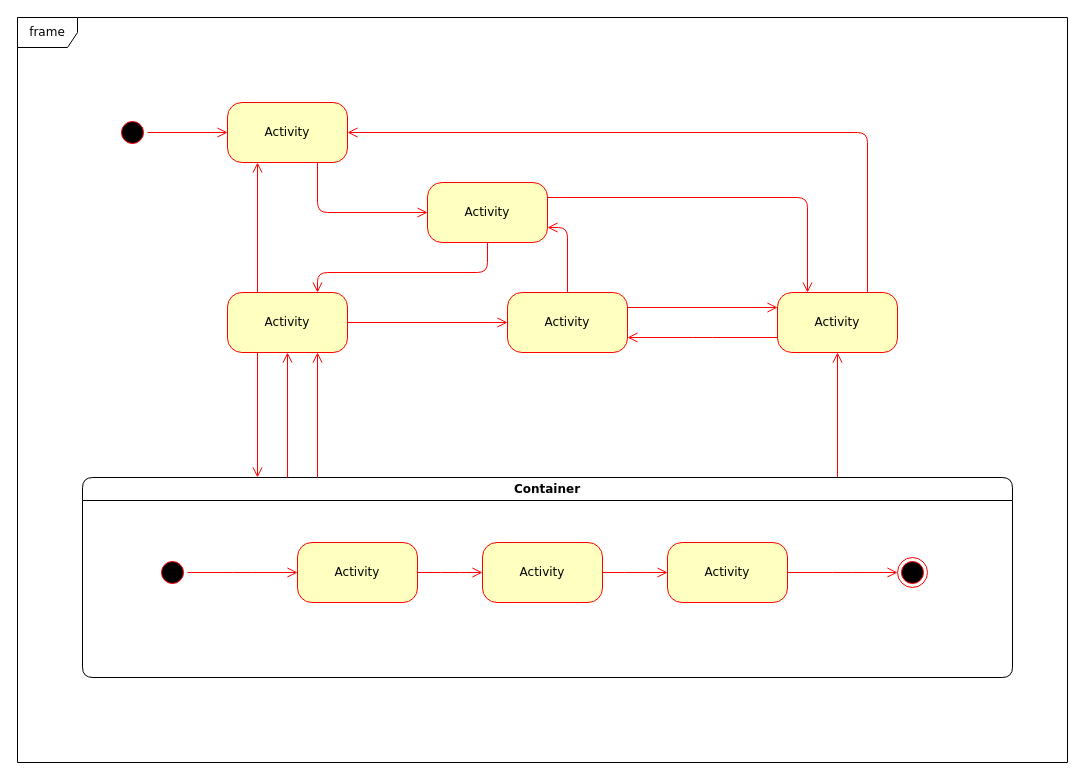
This is SE430 - Final - Q5 - State Diagram.drawio from jsolis1992/main, a draw.io file, before an edit. Source tidied: cells renumbered, new cells numbered last; positions are measured from the earlier drawing's top-left corner, leaving out a move shared by most shapes. Both pictures are drawn from the tidied source at 100%, with x=0, y=0 at pixel (17, 17).
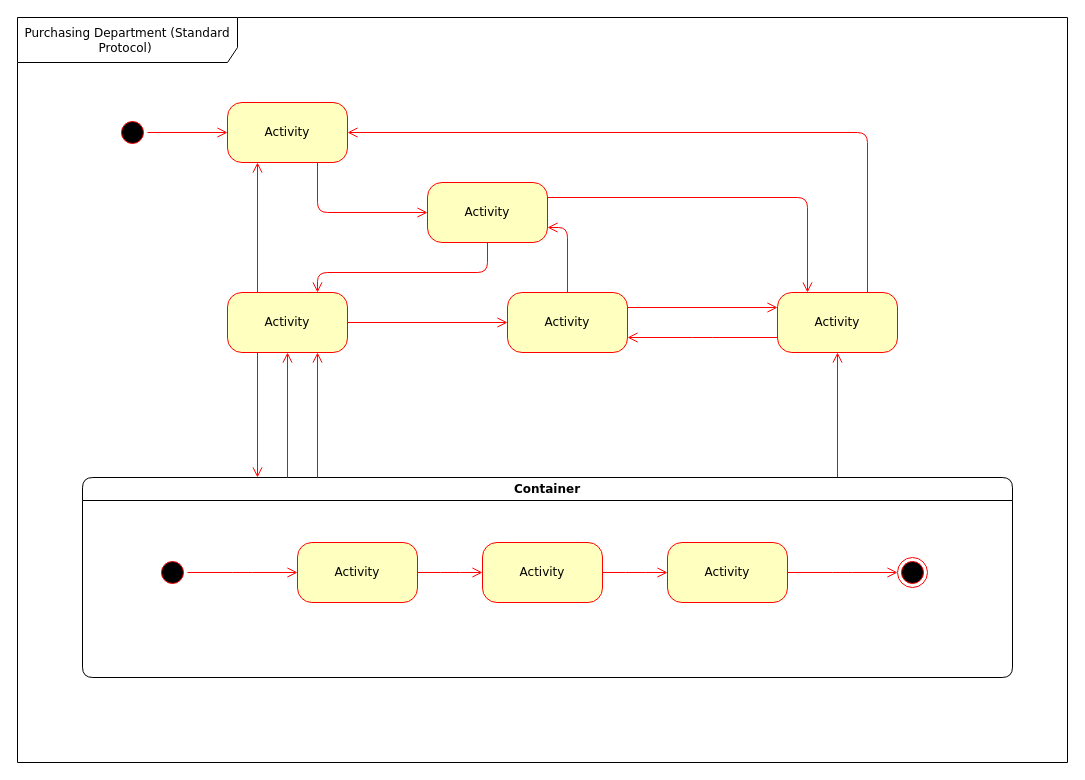
The same diagram, later.

What changed in the source:
```diff
@@
-    <mxCell id="22" value="frame" style="shape=umlFrame;whiteSpace=wrap;html=1;rounded=1;shadow=0;comic=0;labelBackgroundColor=none;strokeWidth=1;fontFamily=Verdana;fontSize=12;align=center;" parent="1" vertex="1">
+    <mxCell id="22" value="Purchasing Department (Standard Protocol)&amp;nbsp;" style="shape=umlFrame;whiteSpace=wrap;html=1;rounded=1;shadow=0;comic=0;labelBackgroundColor=none;strokeWidth=1;fontFamily=Verdana;fontSize=12;align=center;width=220;height=45;" parent="1" vertex="1">
       <mxGeometry width="1050" height="745" as="geometry" />
     </mxCell>
```
